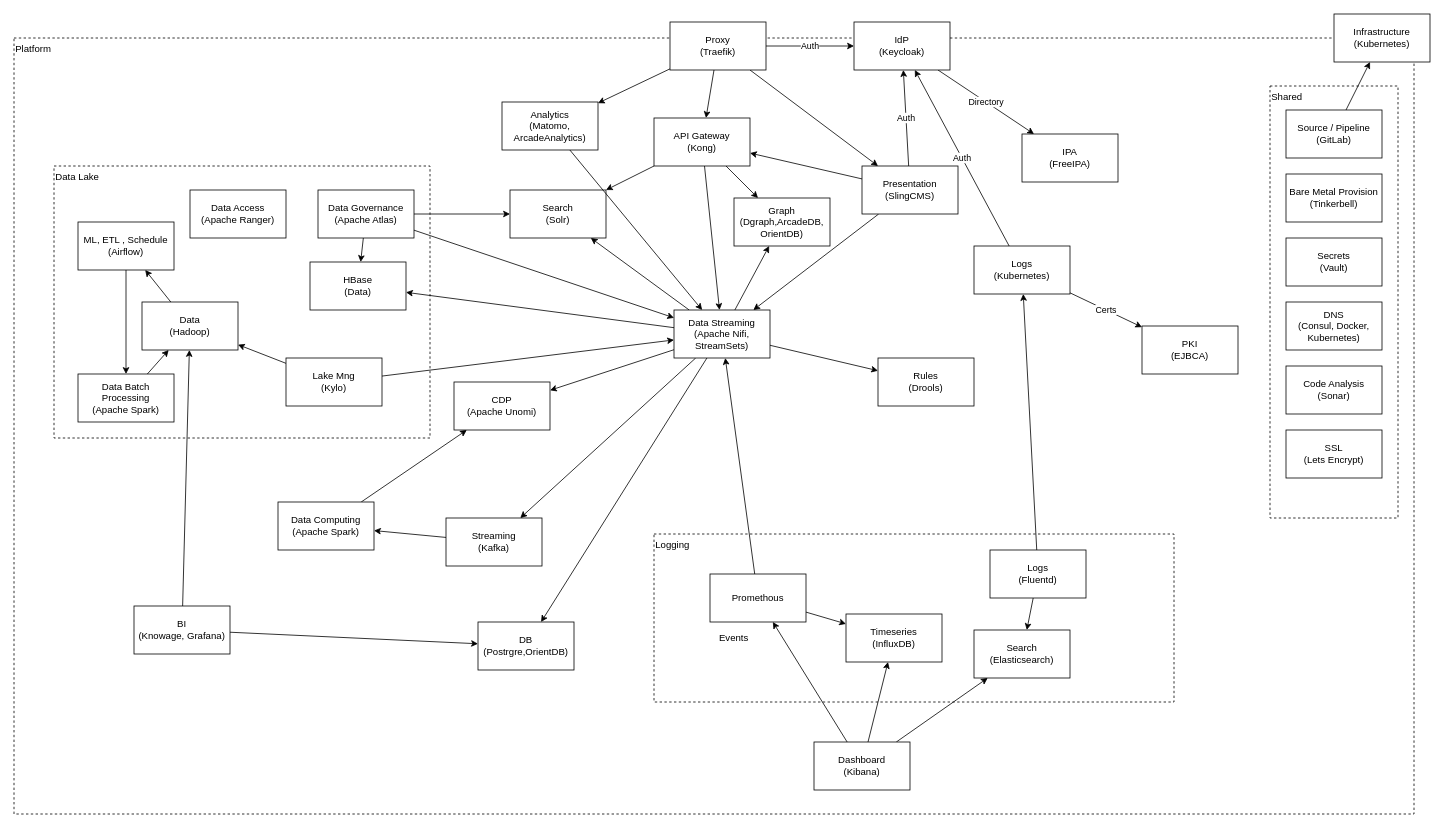
Above: page "Services" (1 of 2) of _gxp/diagrams/GXP-Architecture.drawio in governance-foundation/governance.foundation (draw.io), before the change. Source tidied: cells renumbered, new cells numbered last; positions are measured from the earlier drawing's top-left corner, leaving out a move shared by most shapes. Both pictures are drawn from the tidied source at 80%, with x=0, y=0 at pixel (14, 14).
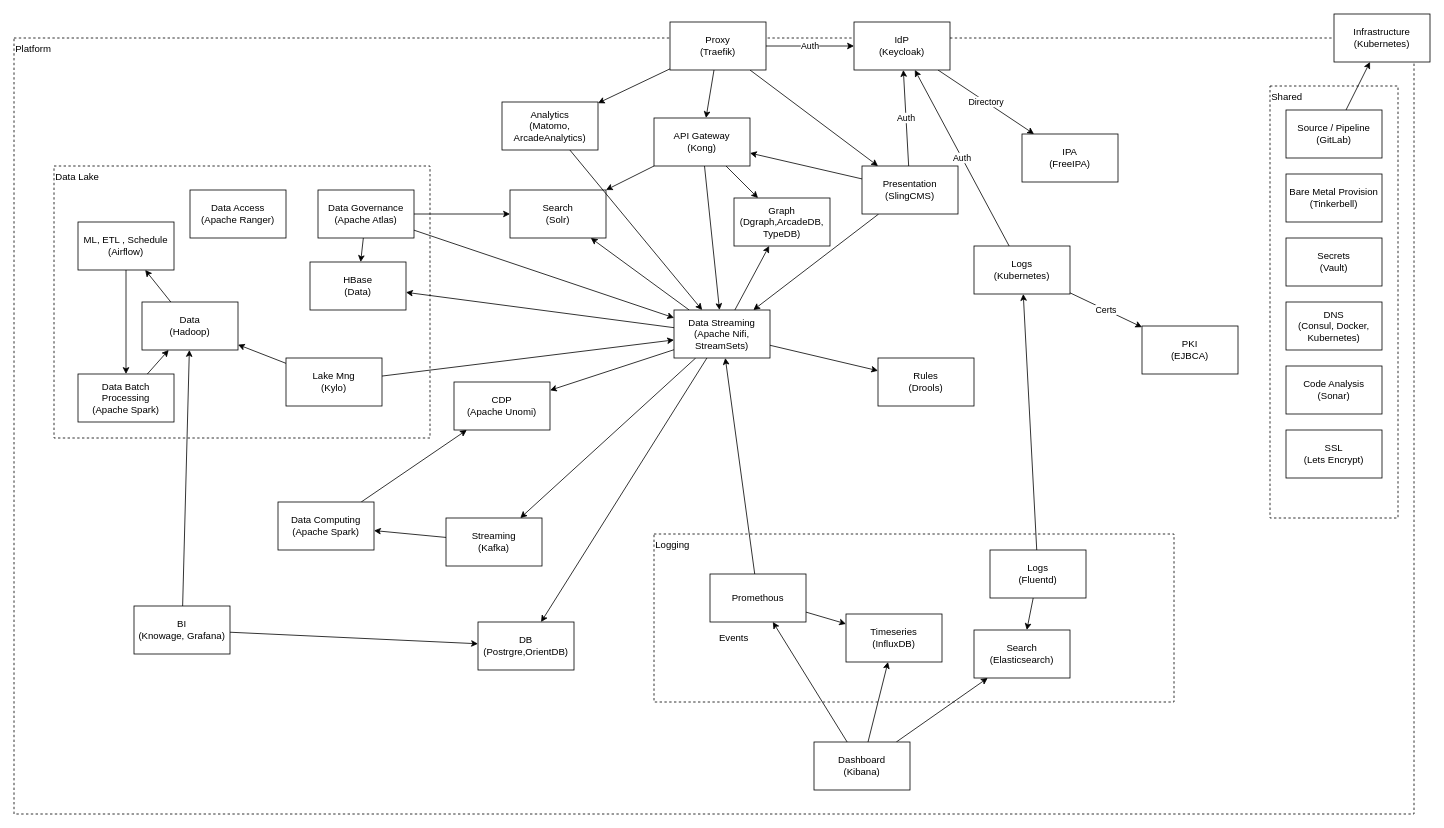
The same page after the edit.

Change to the diagram source:
```diff
@@
-    <mxCell id="22" value="Graph&lt;br&gt;(Dgraph,ArcadeDB, OrientDB)" style="rounded=0;whiteSpace=wrap;html=1;" parent="1" vertex="1">
+    <mxCell id="22" value="Graph&lt;br&gt;(Dgraph,ArcadeDB, TypeDB)" style="rounded=0;whiteSpace=wrap;html=1;" parent="1" vertex="1">
       <mxGeometry x="900" y="230" width="120" height="60" as="geometry" />
     </mxCell>
```
